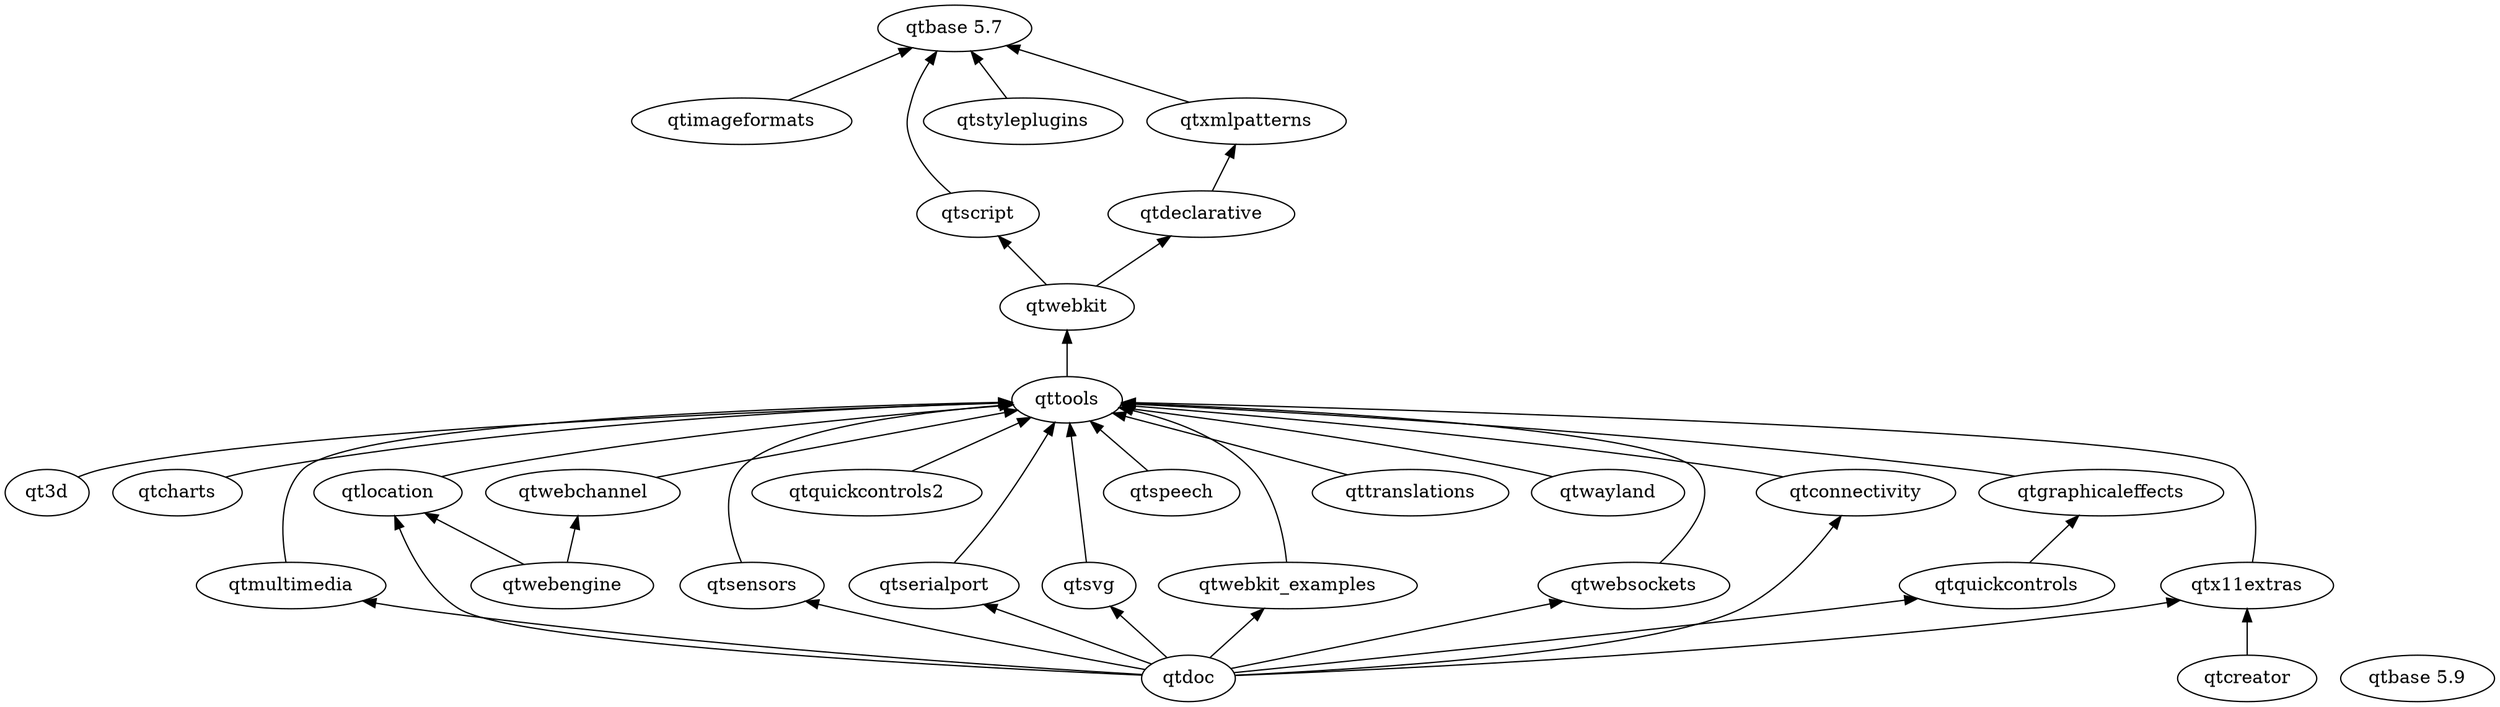
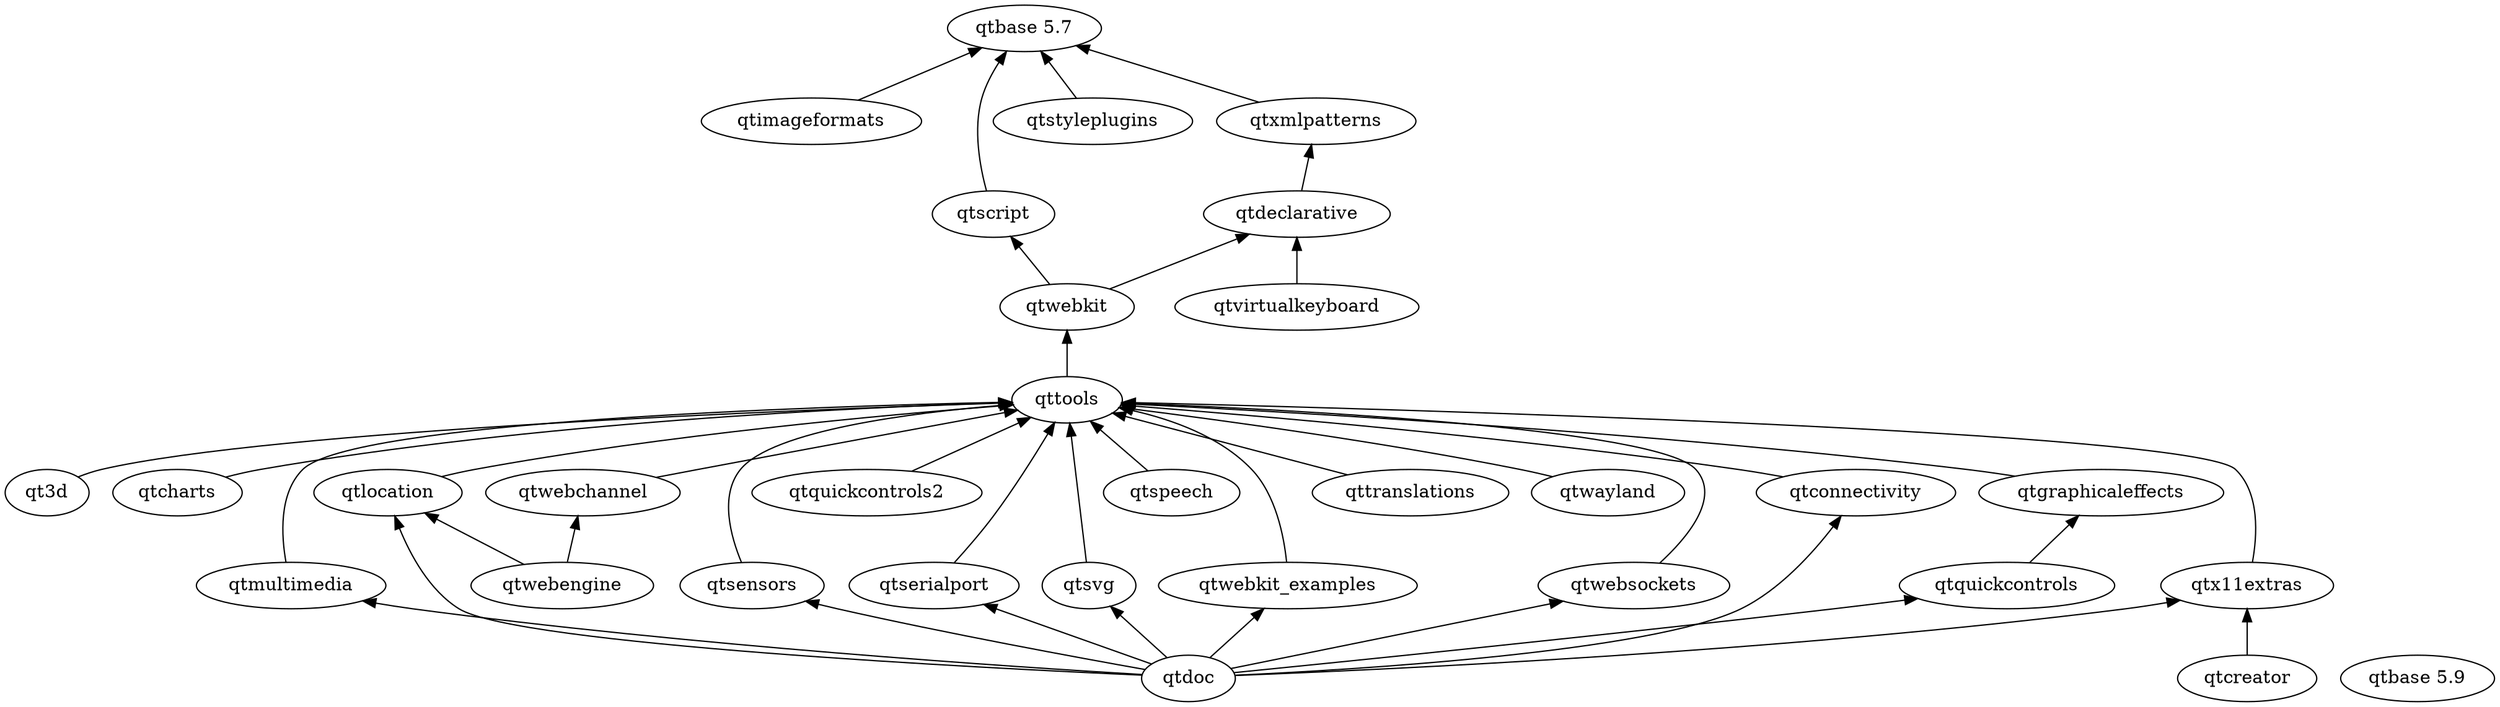
digraph qt5 {
  graph [
    rankdir = "BT"
  ]

  qt3d
  "qtbase 5.9"
  qtcharts
  qtconnectivity
  qtcreator
  qtdeclarative
  qtdoc
  qtgraphicaleffects
  qtimageformats
  qtlocation
  qtmultimedia
  qtquickcontrols
  qtquickcontrols2
  qtscript
  qtsensors
  qtserialport
  qtspeech
  qtstyleplugins
  qtsvg
  qttools
  qttranslations
+   qtvirtualkeyboard
  qtwayland
  qtwebchannel
  qtwebengine
  qtwebkit
  qtwebkit_examples
  qtwebsockets
  qtx11extras
  qtxmlpatterns

  qt3d -> qttools
  qtcharts -> qttools
  qtconnectivity -> qttools
  qtcreator -> qtx11extras
  qtdeclarative -> qtxmlpatterns
  qtdoc -> qtconnectivity
  qtdoc -> qtlocation
  qtdoc -> qtmultimedia
  qtdoc -> qtquickcontrols
  qtdoc -> qtsensors
  qtdoc -> qtserialport
  qtdoc -> qtsvg
  qtdoc -> qtwebkit_examples
  qtdoc -> qtwebsockets
  qtdoc -> qtx11extras
  qtgraphicaleffects -> qttools
  qtimageformats -> "qtbase 5.7"
  qtlocation -> qttools
  qtmultimedia -> qttools
  qtquickcontrols -> qtgraphicaleffects
  qtquickcontrols2 -> qttools
  qtscript -> "qtbase 5.7"
  qtsensors -> qttools
  qtserialport -> qttools
  qtspeech -> qttools
  qtstyleplugins -> "qtbase 5.7"
  qtsvg -> qttools
  qttools -> qtwebkit
  qttranslations -> qttools
+   qtvirtualkeyboard -> qtdeclarative
  qtwayland -> qttools
  qtwebchannel -> qttools
  qtwebengine -> qtlocation
  qtwebengine -> qtwebchannel
  qtwebkit -> qtdeclarative
  qtwebkit -> qtscript
  qtwebkit_examples -> qttools
  qtwebsockets -> qttools
  qtx11extras -> qttools
  qtxmlpatterns -> "qtbase 5.7"
}
